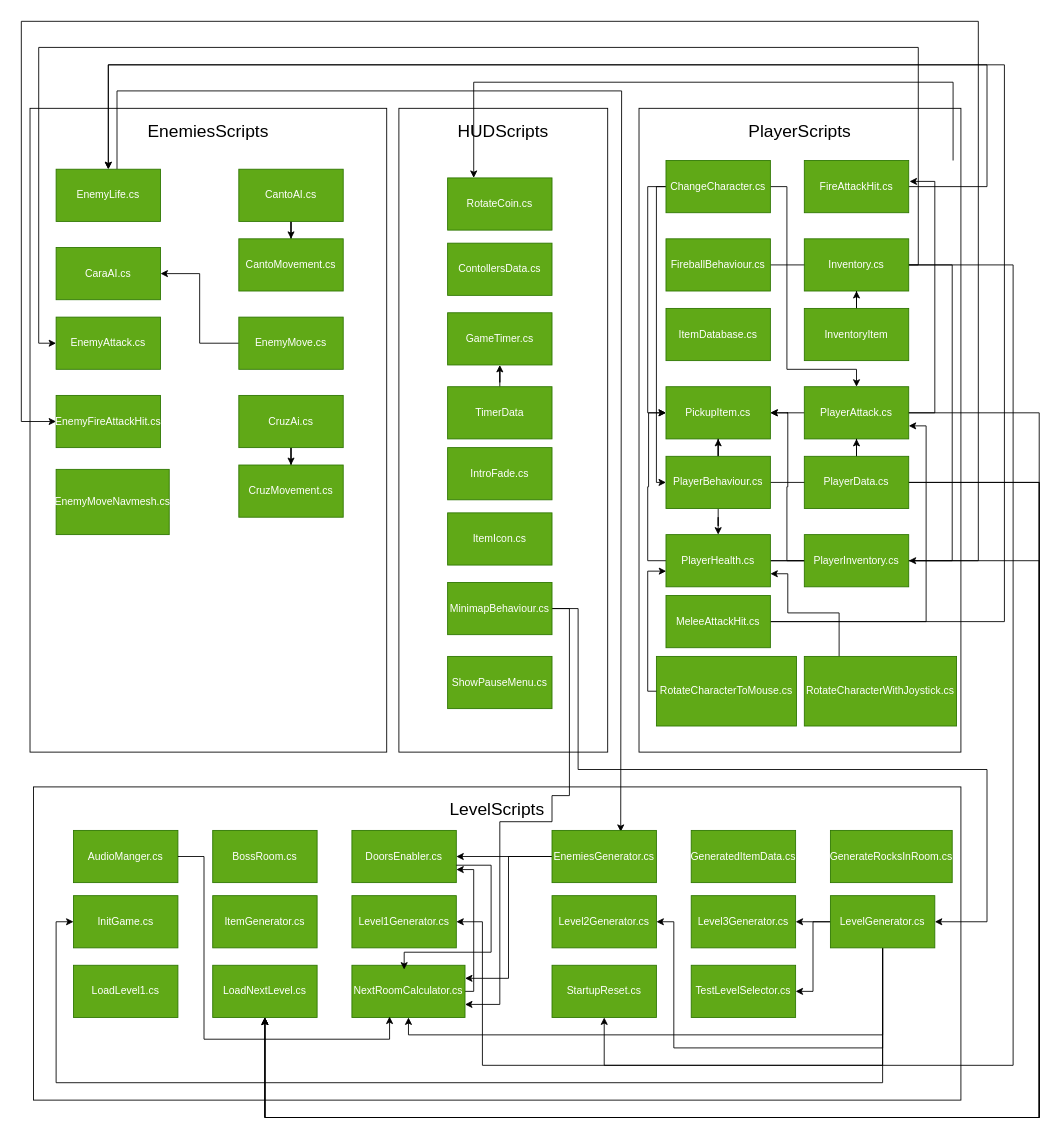
Above: Assets/Diagrams/DiagramaClases.drawio in JFresnedaFuentespina/Testing-The-Three-Faces (draw.io), before the change. Source tidied: cells renumbered, new cells numbered last; positions are measured from the earlier drawing's top-left corner, leaving out a move shared by most shapes. Both pictures are drawn from the tidied source at 87%, with x=0, y=0 at pixel (21, 21).
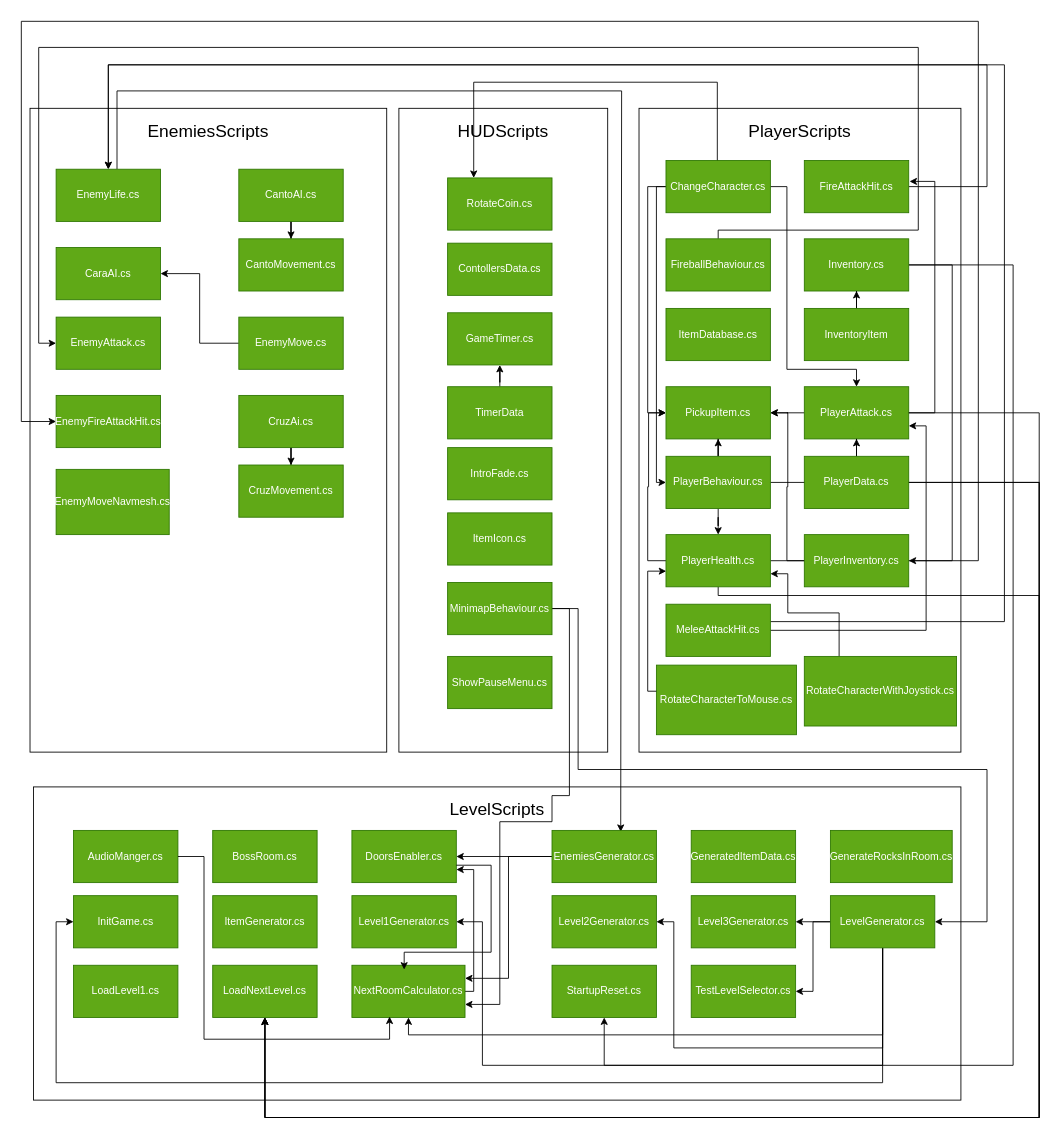
The same diagram, later.

Commit message (it also covers changes not shown here):
Subir diagrama a Github

Unchanged cells that the change refers to:
```xml
<mxCell id="12" value="ChangeCharacter.cs" style="rounded=0;whiteSpace=wrap;html=1;fillColor=#60a917;fontColor=#ffffff;strokeColor=#2D7600;" parent="1" vertex="1">
  <mxGeometry x="741" y="160" width="120" height="60" as="geometry" />
</mxCell>
<mxCell id="14" value="FireballBehaviour.cs" style="rounded=0;whiteSpace=wrap;html=1;fillColor=#60a917;fontColor=#ffffff;strokeColor=#2D7600;" parent="1" vertex="1">
  <mxGeometry x="741" y="250" width="120" height="60" as="geometry" />
</mxCell>
<mxCell id="24" value="PlayerHealth.cs" style="rounded=0;whiteSpace=wrap;html=1;fillColor=#60a917;fontColor=#ffffff;strokeColor=#2D7600;" parent="1" vertex="1">
  <mxGeometry x="741" y="590" width="120" height="60" as="geometry" />
</mxCell>
<mxCell id="44" value="RotateCoin.cs" style="rounded=0;whiteSpace=wrap;html=1;fillColor=#60a917;fontColor=#ffffff;strokeColor=#2D7600;" parent="1" vertex="1">
  <mxGeometry x="490" y="180" width="120" height="60" as="geometry" />
</mxCell>
<mxCell id="52" value="EnemyAttack.cs" style="rounded=0;whiteSpace=wrap;html=1;fillColor=#60a917;fontColor=#ffffff;strokeColor=#2D7600;" parent="1" vertex="1">
  <mxGeometry x="40" y="340" width="120" height="60" as="geometry" />
</mxCell>
<mxCell id="80" value="LoadNextLevel.cs" style="rounded=0;whiteSpace=wrap;html=1;fillColor=#60a917;fontColor=#ffffff;strokeColor=#2D7600;" parent="1" vertex="1">
  <mxGeometry x="220" y="1085" width="120" height="60" as="geometry" />
</mxCell>
```

Diff of the diagram source:
```diff
@@
-    <mxCell id="8" style="edgeStyle=orthogonalEdgeStyle;rounded=0;jettySize=auto;html=1;exitX=0.5;exitY=0;exitDx=0;exitDy=0;entryX=0.25;entryY=0;entryDx=0;entryDy=0;" parent="1" edge="1" target="44">
+    <mxCell id="8" style="edgeStyle=orthogonalEdgeStyle;rounded=0;jettySize=auto;html=1;exitX=0.5;exitY=0;exitDx=0;exitDy=0;entryX=0.25;entryY=0;entryDx=0;entryDy=0;" parent="1" edge="1" source="12" target="44">
       <mxGeometry relative="1" as="geometry">
-        <mxPoint x="1071" y="160" as="sourcePoint" />
         <Array as="points">
-          <mxPoint x="1071" y="70" />
+          <mxPoint x="800" y="160" />
+          <mxPoint x="800" y="70" />
           <mxPoint x="520" y="70" />
         </Array>
       </mxGeometry>
     </mxCell>
@@
     <mxCell id="13" style="edgeStyle=orthogonalEdgeStyle;rounded=0;jettySize=auto;html=1;entryX=0;entryY=0.5;entryDx=0;entryDy=0;" parent="1" edge="1" source="14" target="52">
       <mxGeometry relative="1" as="geometry">
         <Array as="points">
+          <mxPoint x="801" y="240" />
+          <mxPoint x="1031" y="240" />
           <mxPoint x="1031" y="30" />
           <mxPoint x="20" y="30" />
           <mxPoint x="20" y="370" />
         </Array>
       </mxGeometry>
     </mxCell>
@@
     <mxCell id="23" style="edgeStyle=orthogonalEdgeStyle;rounded=0;jettySize=auto;html=1;entryX=0.5;entryY=1;entryDx=0;entryDy=0;" parent="1" edge="1" source="24" target="80">
       <mxGeometry relative="1" as="geometry">
         <Array as="points">
-          <mxPoint x="1170" y="620" />
+          <mxPoint x="801" y="660" />
+          <mxPoint x="1170" y="660" />
           <mxPoint x="1170" y="1260" />
           <mxPoint x="280" y="1260" />
         </Array>
       </mxGeometry>
     </mxCell>
@@
     <mxCell id="25" value="RotateCharacterToMouse.cs" style="rounded=0;whiteSpace=wrap;html=1;fillColor=#60a917;fontColor=#ffffff;strokeColor=#2D7600;" parent="1" vertex="1">
-      <mxGeometry x="730" y="730" width="161" height="80" as="geometry" />
+      <mxGeometry x="730" y="740" width="161" height="80" as="geometry" />
     </mxCell>
@@
     <mxCell id="33" value="MeleeAttackHit.cs" style="rounded=0;whiteSpace=wrap;html=1;fillColor=#60a917;fontColor=#ffffff;strokeColor=#2D7600;" parent="1" vertex="1">
-      <mxGeometry x="741" y="660" width="120" height="60" as="geometry" />
+      <mxGeometry x="741" y="670" width="120" height="60" as="geometry" />
     </mxCell>
```
